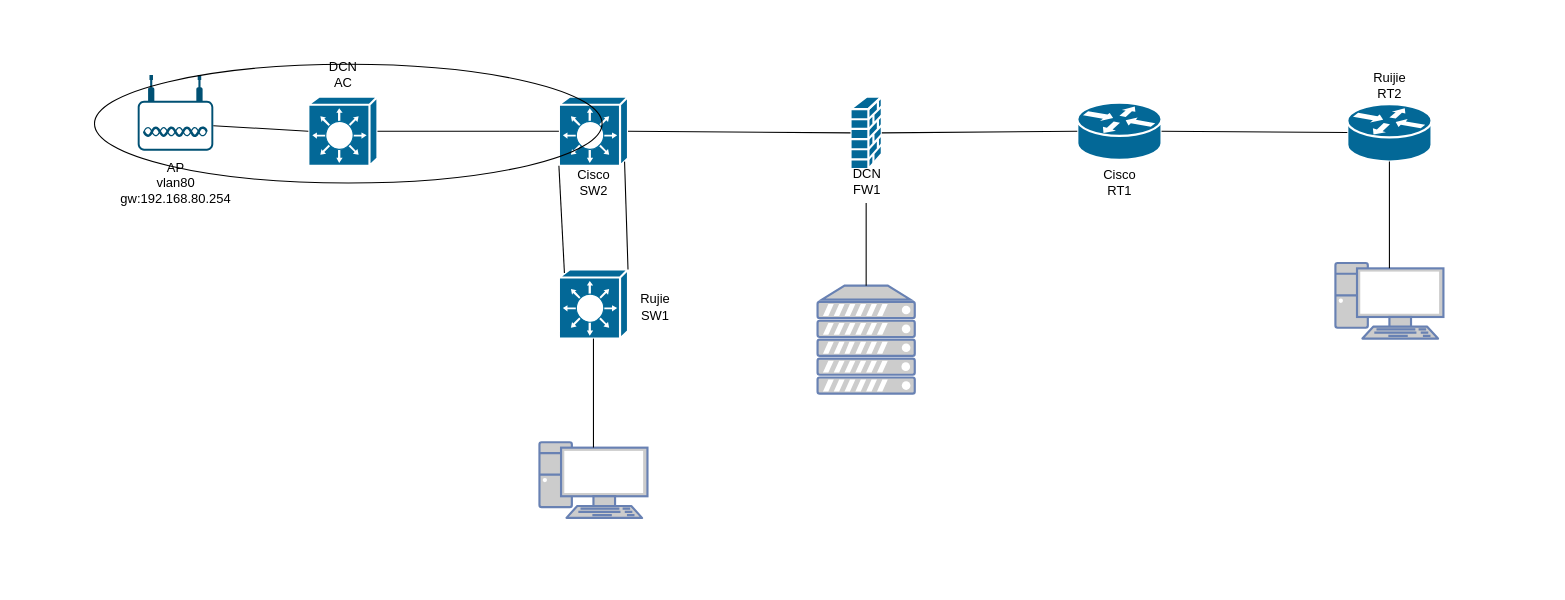
The draw.io diagram Network/top4.drawio in Naruterador/Networkt_topology, before the edit. Source tidied: cells renumbered, new cells numbered last; positions are measured from the earlier drawing's top-left corner, leaving out a move shared by most shapes. Both pictures are drawn from the tidied source at 108%, with x=0, y=0 at pixel (94, 53).
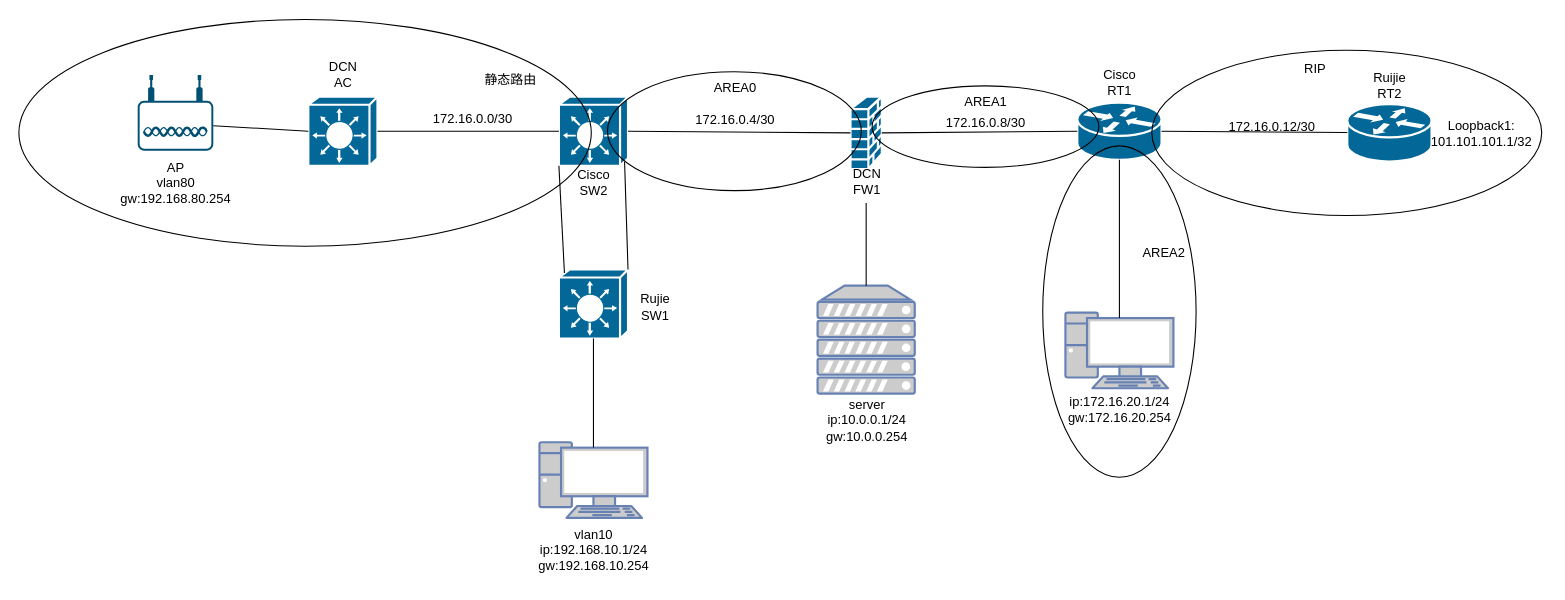
The same page after the edit.

The change refers to these unchanged cells:
```xml
<mxCell id="2" style="shape=mxgraph.cisco.routers.router;sketch=0;html=1;dashed=0;fillColor=#036897;strokeColor=#ffffff;strokeWidth=2;verticalLabelPosition=bottom;verticalAlign=top;align=center;outlineConnect=0;" parent="1" vertex="1">
  <mxGeometry x="1160" y="47" width="78" height="53" as="geometry" />
</mxCell>
<mxCell id="3" style="shape=mxgraph.cisco.routers.router;sketch=0;html=1;dashed=0;fillColor=#036897;strokeColor=#ffffff;strokeWidth=2;verticalLabelPosition=bottom;verticalAlign=top;align=center;outlineConnect=0;" parent="1" vertex="1">
  <mxGeometry x="910" y="45.5" width="78" height="53" as="geometry" />
</mxCell>
```

Change to the diagram source:
```diff
@@
     <mxCell id="7" style="fontColor=#0066CC;verticalAlign=top;verticalLabelPosition=bottom;labelPosition=center;align=center;html=1;outlineConnect=0;fillColor=#CCCCCC;strokeColor=#6881B3;gradientColor=none;gradientDirection=north;strokeWidth=2;shape=mxgraph.networks.pc;" parent="1" vertex="1">
-      <mxGeometry x="1149" y="194" width="100" height="70" as="geometry" />
+      <mxGeometry x="899" y="240" width="100" height="70" as="geometry" />
     </mxCell>
@@
     <mxCell id="25" value="Cisco&lt;br&gt;RT1" style="text;html=1;align=center;verticalAlign=middle;strokeColor=none;fillColor=none;" parent="1" vertex="1">
-      <mxGeometry x="924" y="100" width="50" height="40" as="geometry" />
+      <mxGeometry x="924" y="7" width="50" height="40" as="geometry" />
     </mxCell>
@@
     <mxCell id="27" style="ellipse;whiteSpace=wrap;html=1;fillColor=none;" parent="1" vertex="1">
-      <mxGeometry y="10" width="470" height="110" as="geometry" />
+      <mxGeometry x="-70" y="-31.5" width="530" height="210" as="geometry" />
     </mxCell>
@@
-    <mxCell id="29" style="endArrow=none;html=1;rounded=0;entryX=0.5;entryY=1;entryDx=0;entryDy=0;entryPerimeter=0;exitX=0.5;exitY=0.07;exitDx=0;exitDy=0;exitPerimeter=0;" parent="1" edge="1" source="7" target="2">
-      <mxGeometry relative="1" as="geometry" />
-    </mxCell>
+    <mxCell id="30" style="ellipse;whiteSpace=wrap;html=1;fillColor=none;" parent="1" vertex="1">
+      <mxGeometry x="475" y="17" width="235" height="110" as="geometry" />
+    </mxCell>
+    <mxCell id="31" value="静态路由" style="text;html=1;align=center;verticalAlign=middle;strokeColor=none;fillColor=none;" parent="1" vertex="1">
+      <mxGeometry x="350" y="10" width="70" height="30" as="geometry" />
+    </mxCell>
+    <mxCell id="32" value="AREA0" style="text;html=1;align=center;verticalAlign=middle;strokeColor=none;fillColor=none;" parent="1" vertex="1">
+      <mxGeometry x="562.5" y="17" width="60" height="30" as="geometry" />
+    </mxCell>
+    <mxCell id="33" style="ellipse;whiteSpace=wrap;html=1;fillColor=none;" parent="1" vertex="1">
+      <mxGeometry x="720" y="30" width="210" height="75.5" as="geometry" />
+    </mxCell>
+    <mxCell id="34" style="endArrow=none;html=1;rounded=0;entryX=0.5;entryY=1;entryDx=0;entryDy=0;entryPerimeter=0;exitX=0.5;exitY=0.07;exitDx=0;exitDy=0;exitPerimeter=0;" parent="1" edge="1" source="7" target="3">
+      <mxGeometry relative="1" as="geometry" />
+    </mxCell>
+    <mxCell id="35" value="AREA1" style="text;html=1;align=center;verticalAlign=middle;strokeColor=none;fillColor=none;" parent="1" vertex="1">
+      <mxGeometry x="795" y="30" width="60" height="30" as="geometry" />
+    </mxCell>
+    <mxCell id="36" value="Loopback1:&lt;br&gt;101.101.101.1/32" style="text;html=1;align=center;verticalAlign=middle;strokeColor=none;fillColor=none;" parent="1" vertex="1">
+      <mxGeometry x="1224" y="53.5" width="120" height="40" as="geometry" />
+    </mxCell>
+    <mxCell id="37" style="ellipse;whiteSpace=wrap;html=1;fillColor=none;rotation=90;" parent="1" vertex="1">
+      <mxGeometry x="795.6" y="168" width="306.8" height="142" as="geometry" />
+    </mxCell>
+    <mxCell id="38" value="AREA2" style="text;html=1;align=center;verticalAlign=middle;strokeColor=none;fillColor=none;" parent="1" vertex="1">
+      <mxGeometry x="960" y="170" width="60" height="30" as="geometry" />
+    </mxCell>
+    <mxCell id="39" style="ellipse;whiteSpace=wrap;html=1;fillColor=none;" parent="1" vertex="1">
+      <mxGeometry x="979" y="-3" width="361" height="153" as="geometry" />
+    </mxCell>
+    <mxCell id="40" value="RIP" style="text;html=1;align=center;verticalAlign=middle;strokeColor=none;fillColor=none;" parent="1" vertex="1">
+      <mxGeometry x="1110" width="40" height="30" as="geometry" />
+    </mxCell>
+    <mxCell id="41" value="vlan10&lt;br&gt;ip:192.168.10.1/24&lt;br&gt;gw:192.168.10.254" style="text;html=1;align=center;verticalAlign=middle;strokeColor=none;fillColor=none;" parent="1" vertex="1">
+      <mxGeometry x="397" y="430" width="130" height="60" as="geometry" />
+    </mxCell>
+    <mxCell id="42" value="server&lt;br&gt;ip:10.0.0.1/24&lt;br&gt;gw:10.0.0.254" style="text;html=1;align=center;verticalAlign=middle;strokeColor=none;fillColor=none;" parent="1" vertex="1">
+      <mxGeometry x="664.5" y="310" width="100" height="60" as="geometry" />
+    </mxCell>
+    <mxCell id="43" value="ip:172.16.20.1/24&lt;br&gt;gw:172.16.20.254" style="text;html=1;align=center;verticalAlign=middle;strokeColor=none;fillColor=none;" parent="1" vertex="1">
+      <mxGeometry x="889" y="310" width="120" height="40" as="geometry" />
+    </mxCell>
+    <mxCell id="44" value="172.16.0.0/30" style="text;html=1;align=center;verticalAlign=middle;strokeColor=none;fillColor=none;" parent="1" vertex="1">
+      <mxGeometry x="300" y="45.5" width="100" height="30" as="geometry" />
+    </mxCell>
+    <mxCell id="45" value="172.16.0.4/30" style="text;html=1;align=center;verticalAlign=middle;strokeColor=none;fillColor=none;" parent="1" vertex="1">
+      <mxGeometry x="542.5" y="47" width="100" height="30" as="geometry" />
+    </mxCell>
+    <mxCell id="46" value="172.16.0.8/30" style="text;html=1;align=center;verticalAlign=middle;strokeColor=none;fillColor=none;" parent="1" vertex="1">
+      <mxGeometry x="775" y="50" width="100" height="30" as="geometry" />
+    </mxCell>
+    <mxCell id="47" value="172.16.0.12/30" style="text;html=1;align=center;verticalAlign=middle;strokeColor=none;fillColor=none;" parent="1" vertex="1">
+      <mxGeometry x="1040" y="52.8" width="100" height="30" as="geometry" />
+    </mxCell>
```
